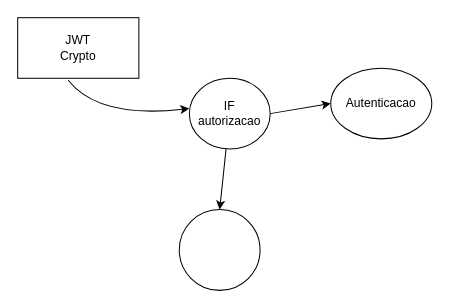
Before: drawn.drawio in PedroVictor022/nodejs-JWT, a draw.io diagram. Source tidied: cells renumbered, new cells numbered last; positions are measured from the earlier drawing's top-left corner, leaving out a move shared by most shapes. Both pictures are drawn from the tidied source at 101%, with x=0, y=0 at pixel (17, 17).
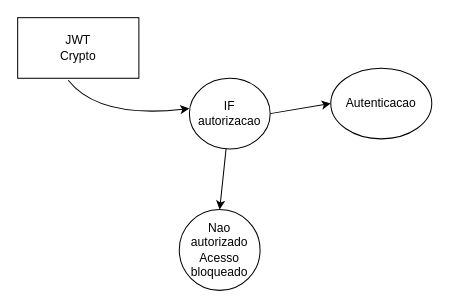
After the change.

Commit message (it also covers changes not shown here):
HASH more security

What changed in the source:
```diff
@@
 <mxGraphModel>
   <root>
     <mxCell id="0" />
     <mxCell id="1" parent="0" />
     <mxCell id="2" value="JWT&lt;br&gt;Crypto" style="rounded=0;whiteSpace=wrap;html=1;" parent="1" vertex="1">
       <mxGeometry width="120" height="60" as="geometry" />
     </mxCell>
     <mxCell id="3" style="curved=1;endArrow=classic;html=1;exitX=0.417;exitY=1.033;exitDx=0;exitDy=0;exitPerimeter=0;" parent="1" edge="1" source="2">
       <mxGeometry relative="1" as="geometry">
         <mxPoint x="170" y="90" as="targetPoint" />
         <Array as="points">
           <mxPoint x="80" y="100" />
         </Array>
       </mxGeometry>
     </mxCell>
     <mxCell id="4" style="edgeStyle=none;html=1;exitX=1;exitY=0.5;exitDx=0;exitDy=0;" parent="1" edge="1" source="6">
       <mxGeometry relative="1" as="geometry">
         <mxPoint x="310" y="85" as="targetPoint" />
       </mxGeometry>
     </mxCell>
     <mxCell id="5" style="edgeStyle=none;html=1;entryX=0.5;entryY=0;entryDx=0;entryDy=0;" parent="1" edge="1" source="6" target="8">
       <mxGeometry relative="1" as="geometry" />
     </mxCell>
     <mxCell id="6" value="IF&lt;br&gt;autorizacao" style="ellipse;whiteSpace=wrap;html=1;" parent="1" vertex="1">
       <mxGeometry x="170" y="60" width="80" height="70" as="geometry" />
     </mxCell>
     <mxCell id="7" value="Autenticacao" style="ellipse;whiteSpace=wrap;html=1;" parent="1" vertex="1">
       <mxGeometry x="310" y="50" width="100" height="70" as="geometry" />
     </mxCell>
-    <mxCell id="8" style="ellipse;whiteSpace=wrap;html=1;" parent="1" vertex="1">
+    <mxCell id="8" value="Nao autorizado&lt;br&gt;Acesso bloqueado" style="ellipse;whiteSpace=wrap;html=1;" parent="1" vertex="1">
       <mxGeometry x="160" y="190" width="80" height="80" as="geometry" />
     </mxCell>
   </root>
 </mxGraphModel>
```
